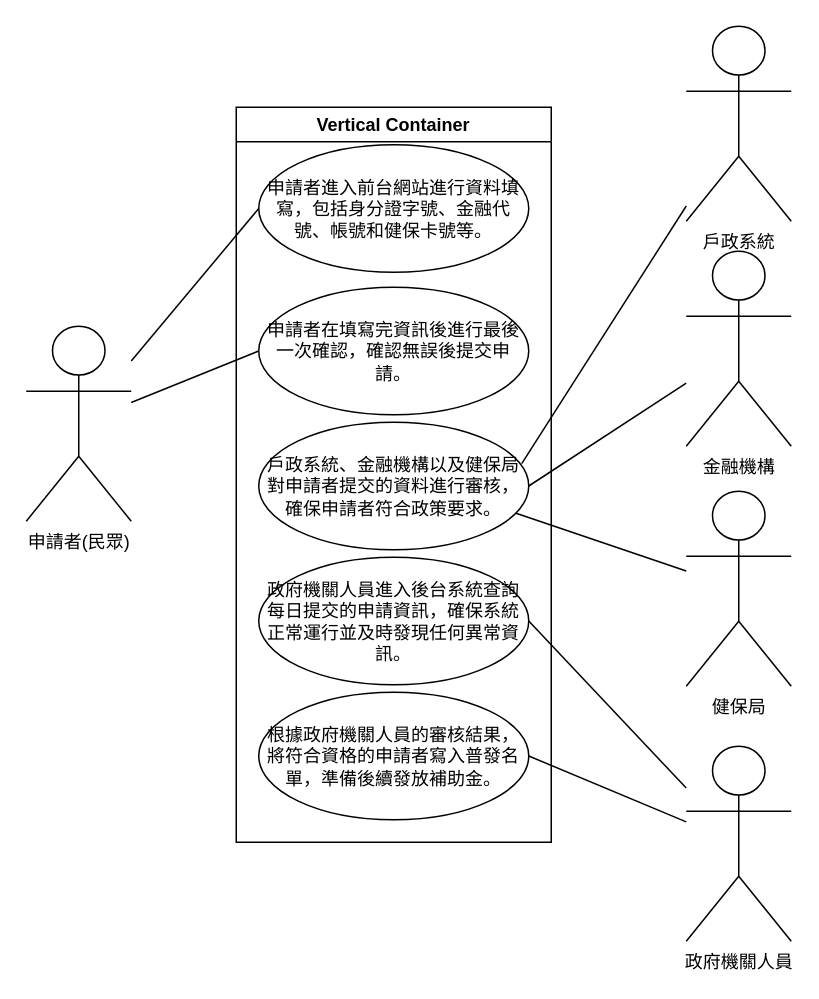
YaXun1103/112-2Mid keeps this draw.io diagram as page "2b" (3 of 4) of answer.drawio. Above is the earlier version. Source tidied: cells renumbered, new cells numbered last; positions are measured from the earlier drawing's top-left corner, leaving out a move shared by most shapes. Both pictures are drawn from the tidied source at 150%, with x=0, y=0 at pixel (26, 26).
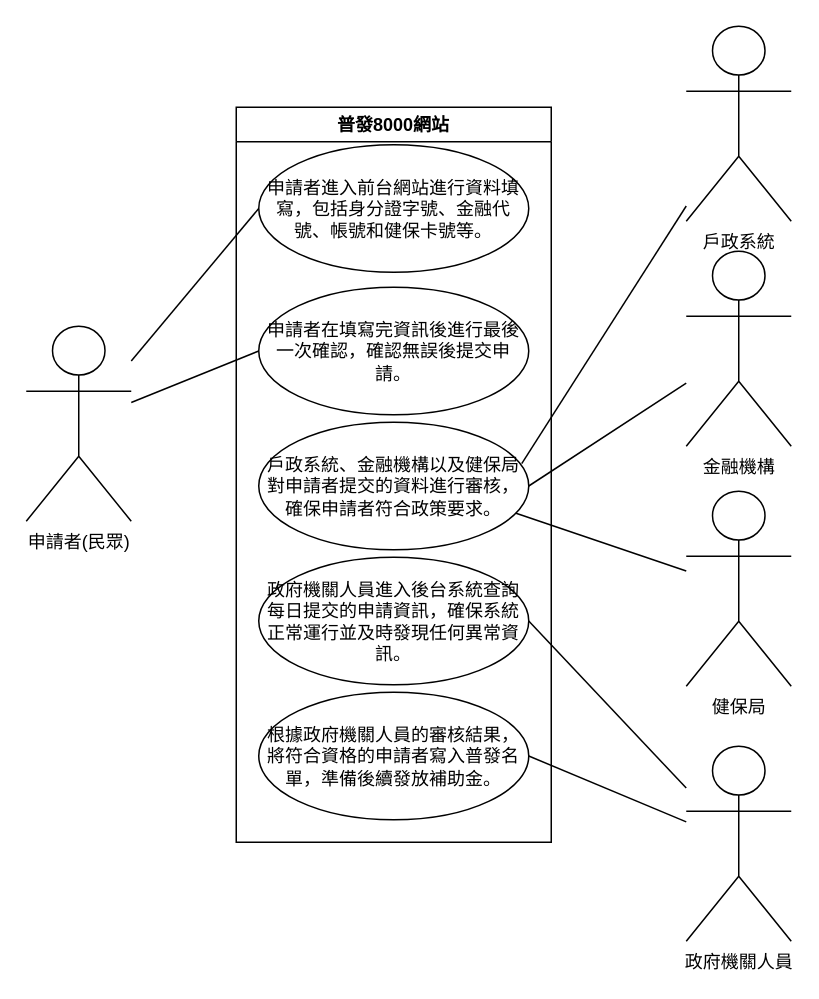
Above is the later version.

What changed in the source:
```diff
@@
 <mxGraphModel>
   <root>
     <mxCell id="0" />
     <mxCell id="1" parent="0" />
     <mxCell id="2" value="申請者(民眾)" style="shape=umlActor;verticalLabelPosition=bottom;verticalAlign=top;html=1;outlineConnect=0;" parent="1" vertex="1">
       <mxGeometry y="200" width="70" height="130" as="geometry" />
     </mxCell>
     <mxCell id="3" value="金融機構" style="shape=umlActor;verticalLabelPosition=bottom;verticalAlign=top;html=1;outlineConnect=0;" parent="1" vertex="1">
       <mxGeometry x="440" y="150" width="70" height="130" as="geometry" />
     </mxCell>
     <mxCell id="4" value="健保局" style="shape=umlActor;verticalLabelPosition=bottom;verticalAlign=top;html=1;outlineConnect=0;" parent="1" vertex="1">
       <mxGeometry x="440" y="310" width="70" height="130" as="geometry" />
     </mxCell>
     <mxCell id="5" value="政府機關人員" style="shape=umlActor;verticalLabelPosition=bottom;verticalAlign=top;html=1;outlineConnect=0;" parent="1" vertex="1">
       <mxGeometry x="440" y="480" width="70" height="130" as="geometry" />
     </mxCell>
     <mxCell id="6" value="戶政系統" style="shape=umlActor;verticalLabelPosition=bottom;verticalAlign=top;html=1;outlineConnect=0;" parent="1" vertex="1">
       <mxGeometry x="440" width="70" height="130" as="geometry" />
     </mxCell>
-    <mxCell id="7" value="Vertical Container" style="swimlane;whiteSpace=wrap;html=1;" parent="1" vertex="1">
+    <mxCell id="7" value="普發8000網站" style="swimlane;whiteSpace=wrap;html=1;" parent="1" vertex="1">
       <mxGeometry x="140" y="54" width="210" height="490" as="geometry" />
     </mxCell>
     <mxCell id="8" value="申請者進入前台網站進行資料填寫，包括身分證字號、金融代號、帳號和健保卡號等。" style="ellipse;whiteSpace=wrap;html=1;" parent="7" vertex="1">
       <mxGeometry x="15" y="25" width="180" height="85" as="geometry" />
     </mxCell>
     <mxCell id="9" value="申請者在填寫完資訊後進行最後一次確認，確認無誤後提交申請。" style="ellipse;whiteSpace=wrap;html=1;" parent="7" vertex="1">
       <mxGeometry x="15" y="120" width="180" height="85" as="geometry" />
     </mxCell>
     <mxCell id="10" value="戶政系統、金融機構以及健保局對申請者提交的資料進行審核，確保申請者符合政策要求。" style="ellipse;whiteSpace=wrap;html=1;" parent="7" vertex="1">
       <mxGeometry x="15" y="210" width="180" height="85" as="geometry" />
     </mxCell>
     <mxCell id="11" value="政府機關人員進入後台系統查詢每日提交的申請資訊，確保系統正常運行並及時發現任何異常資訊。" style="ellipse;whiteSpace=wrap;html=1;" parent="7" vertex="1">
       <mxGeometry x="15" y="300" width="180" height="85" as="geometry" />
     </mxCell>
     <mxCell id="12" value="根據政府機關人員的審核結果，將符合資格的申請者寫入普發名單，準備後續發放補助金。" style="ellipse;whiteSpace=wrap;html=1;" parent="7" vertex="1">
       <mxGeometry x="15" y="390" width="180" height="85" as="geometry" />
     </mxCell>
     <mxCell id="13" style="endArrow=none;html=1;fontFamily=Helvetica;fontSize=12;entryX=0;entryY=0.5;entryDx=0;entryDy=0;" parent="1" edge="1" source="2" target="8">
       <mxGeometry relative="1" as="geometry" />
     </mxCell>
     <mxCell id="14" style="endArrow=none;html=1;fontFamily=Helvetica;fontSize=12;entryX=1;entryY=0.5;entryDx=0;entryDy=0;" parent="1" edge="1" source="5" target="12">
       <mxGeometry relative="1" as="geometry" />
     </mxCell>
     <mxCell id="15" style="endArrow=none;html=1;fontFamily=Helvetica;fontSize=12;entryX=1;entryY=0.5;entryDx=0;entryDy=0;" parent="1" edge="1" source="5" target="11">
       <mxGeometry relative="1" as="geometry" />
     </mxCell>
     <mxCell id="16" style="endArrow=none;html=1;fontFamily=Helvetica;fontSize=12;entryX=0;entryY=0.5;entryDx=0;entryDy=0;" parent="1" edge="1" source="2" target="9">
       <mxGeometry relative="1" as="geometry" />
     </mxCell>
     <mxCell id="17" style="endArrow=none;html=1;fontFamily=Helvetica;fontSize=12;exitX=0.974;exitY=0.325;exitDx=0;exitDy=0;exitPerimeter=0;" parent="1" edge="1" source="10" target="6">
       <mxGeometry relative="1" as="geometry" />
     </mxCell>
     <mxCell id="18" style="endArrow=none;html=1;fontFamily=Helvetica;fontSize=12;exitX=1;exitY=0.5;exitDx=0;exitDy=0;" parent="1" edge="1" source="10" target="3">
       <mxGeometry relative="1" as="geometry" />
     </mxCell>
     <mxCell id="19" style="endArrow=none;html=1;fontFamily=Helvetica;fontSize=12;exitX=0.953;exitY=0.713;exitDx=0;exitDy=0;exitPerimeter=0;" parent="1" edge="1" source="10" target="4">
       <mxGeometry relative="1" as="geometry" />
     </mxCell>
   </root>
 </mxGraphModel>
```
